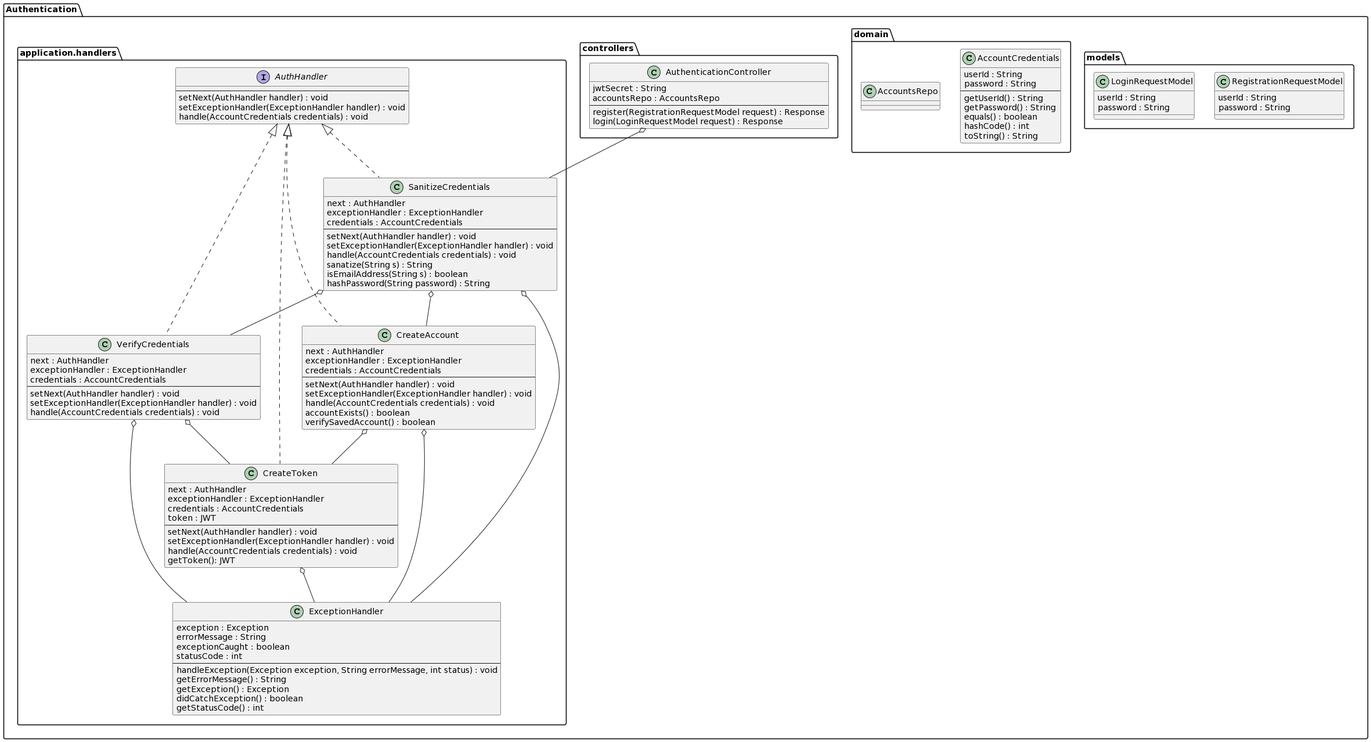
Before: Assignments/Assignment1/Authentication-UML.png, a diagram exported from PlantUML (madafron02/Rowing-Association-Service). The source it was exported from:
```plantuml
@startuml
package Authentication {

package models {
class RegistrationRequestModel{
userId : String
password : String
}

class LoginRequestModel{
userId : String
password : String
}
}

package domain {

class AccountCredentials {
userId : String
password : String
---
getUserId() : String
getPassword() : String
equals() : boolean
hashCode() : int
toString() : String
}

class AccountsRepo{
}

}

package controllers {

class AuthenticationController {
jwtSecret : String
accountsRepo : AccountsRepo
---
register(RegistrationRequestModel request) : Response
login(LoginRequestModel request) : Response
}

}

package application.handlers {
interface AuthHandler {
---
setNext(AuthHandler handler) : void
setExceptionHandler(ExceptionHandler handler) : void
handle(AccountCredentials credentials) : void
}


class SanitizeCredentials implements AuthHandler {
next : AuthHandler
exceptionHandler : ExceptionHandler
credentials : AccountCredentials
---
setNext(AuthHandler handler) : void
setExceptionHandler(ExceptionHandler handler) : void
handle(AccountCredentials credentials) : void
sanatize(String s) : String
isEmailAddress(String s) : boolean
hashPassword(String password) : String
}

class CreateAccount implements AuthHandler {
next : AuthHandler
exceptionHandler : ExceptionHandler
credentials : AccountCredentials
---
setNext(AuthHandler handler) : void
setExceptionHandler(ExceptionHandler handler) : void
handle(AccountCredentials credentials) : void
accountExists() : boolean
verifySavedAccount() : boolean
}

AuthenticationController o-- SanitizeCredentials
SanitizeCredentials o-- CreateAccount



class VerifyCredentials implements AuthHandler  {
next : AuthHandler
exceptionHandler : ExceptionHandler
credentials : AccountCredentials
---
setNext(AuthHandler handler) : void
setExceptionHandler(ExceptionHandler handler) : void
handle(AccountCredentials credentials) : void
}

class CreateToken implements AuthHandler{
next : AuthHandler
exceptionHandler : ExceptionHandler
credentials : AccountCredentials
token : JWT
---
setNext(AuthHandler handler) : void
setExceptionHandler(ExceptionHandler handler) : void
handle(AccountCredentials credentials) : void
getToken(): JWT
}


SanitizeCredentials o-- VerifyCredentials
VerifyCredentials o-- CreateToken
CreateAccount o-- CreateToken

class ExceptionHandler{
exception : Exception
errorMessage : String
exceptionCaught : boolean
statusCode : int
---
handleException(Exception exception, String errorMessage, int status) : void
getErrorMessage() : String
getException() : Exception
didCatchException() : boolean
getStatusCode() : int
}


SanitizeCredentials o-- ExceptionHandler
VerifyCredentials o-- ExceptionHandler
CreateAccount o-- ExceptionHandler
CreateToken o-- ExceptionHandler

}

}
@enduml
```
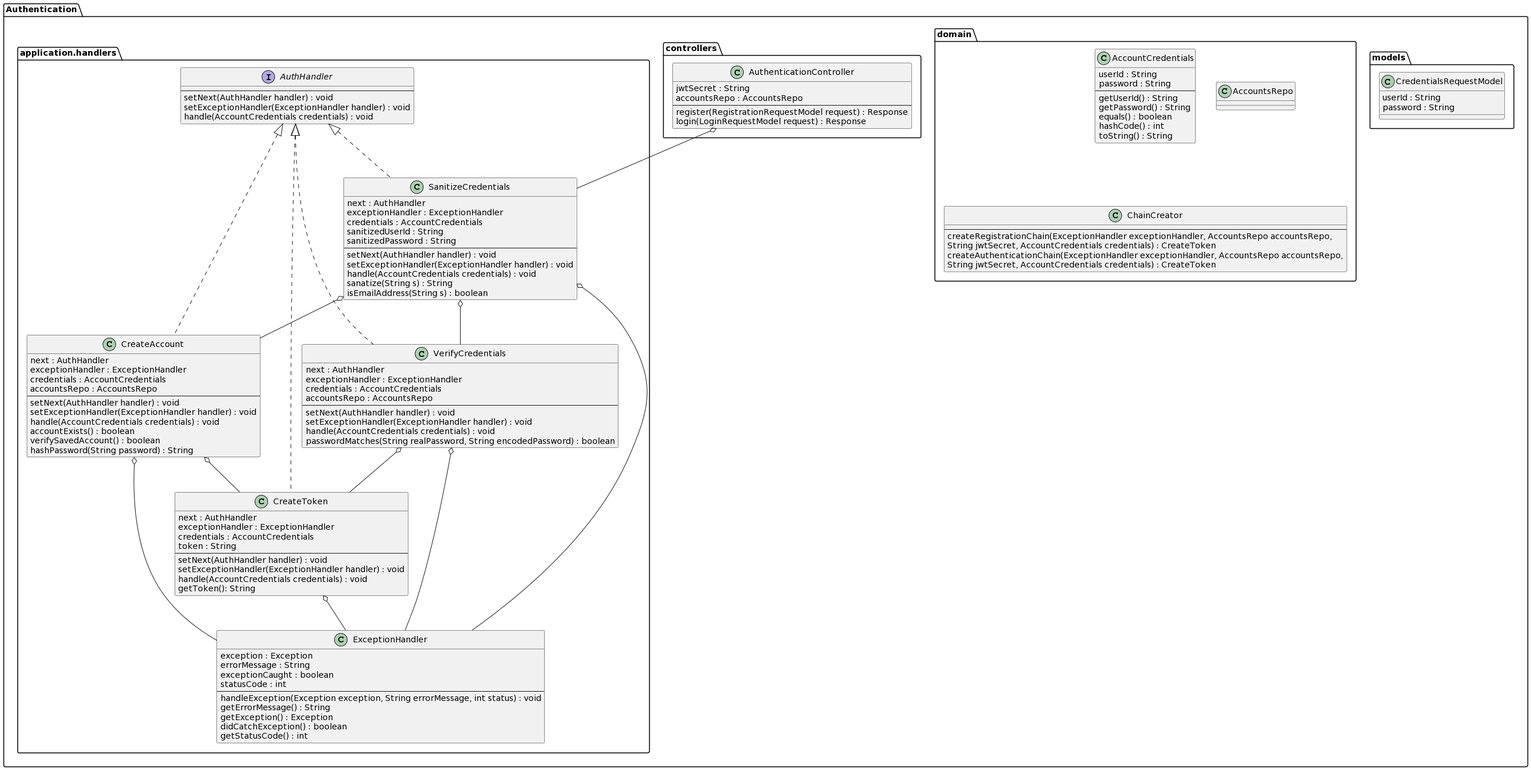
After the commit.

Commit message:
Updated auth UML

Diff of the diagram source:
```diff
@@ -2,15 +2,11 @@
 package Authentication {
 
 package models {
-class RegistrationRequestModel{
+class CredentialsRequestModel{
 userId : String
 password : String
 }
 
-class LoginRequestModel{
-userId : String
-password : String
-}
 }
 
 package domain {
@@ -29,6 +25,13 @@
 class AccountsRepo{
 }
 
+class ChainCreator{
+---
+createRegistrationChain(ExceptionHandler exceptionHandler, AccountsRepo accountsRepo,
+                                                      String jwtSecret, AccountCredentials credentials) : CreateToken
+createAuthenticationChain(ExceptionHandler exceptionHandler, AccountsRepo accountsRepo,
+                                                        String jwtSecret, AccountCredentials credentials) : CreateToken
+}
 }
 
 package controllers {
@@ -56,25 +59,28 @@
 next : AuthHandler
 exceptionHandler : ExceptionHandler
 credentials : AccountCredentials
+sanitizedUserId : String
+sanitizedPassword : String
 ---
 setNext(AuthHandler handler) : void
 setExceptionHandler(ExceptionHandler handler) : void
 handle(AccountCredentials credentials) : void
 sanatize(String s) : String
 isEmailAddress(String s) : boolean
-hashPassword(String password) : String
 }
 
 class CreateAccount implements AuthHandler {
 next : AuthHandler
 exceptionHandler : ExceptionHandler
 credentials : AccountCredentials
+accountsRepo : AccountsRepo
 ---
 setNext(AuthHandler handler) : void
 setExceptionHandler(ExceptionHandler handler) : void
 handle(AccountCredentials credentials) : void
 accountExists() : boolean
 verifySavedAccount() : boolean
+hashPassword(String password) : String
 }
 
 AuthenticationController o-- SanitizeCredentials
@@ -86,22 +92,25 @@
 next : AuthHandler
 exceptionHandler : ExceptionHandler
 credentials : AccountCredentials
+accountsRepo : AccountsRepo
 ---
 setNext(AuthHandler handler) : void
 setExceptionHandler(ExceptionHandler handler) : void
 handle(AccountCredentials credentials) : void
+passwordMatches(String realPassword, String encodedPassword) : boolean
 }
+
 
 class CreateToken implements AuthHandler{
 next : AuthHandler
 exceptionHandler : ExceptionHandler
 credentials : AccountCredentials
-token : JWT
+token : String
 ---
 setNext(AuthHandler handler) : void
 setExceptionHandler(ExceptionHandler handler) : void
 handle(AccountCredentials credentials) : void
-getToken(): JWT
+getToken(): String
 }
 
 
```
